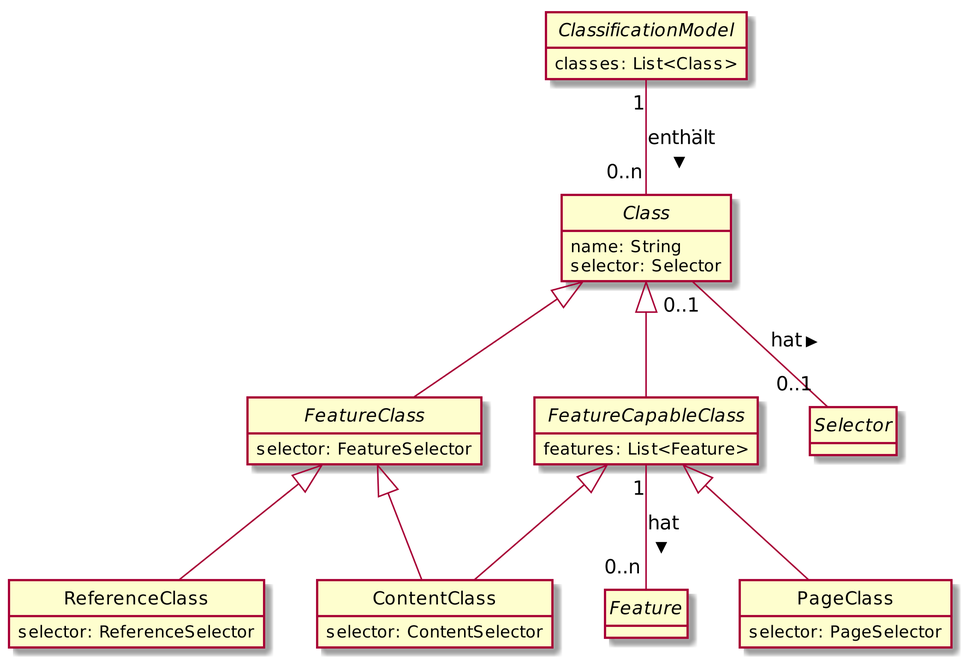
Earlier version of the PlantUML export src/main/resources/dsl/classes.png (TheGreyKoala/master-thesis).
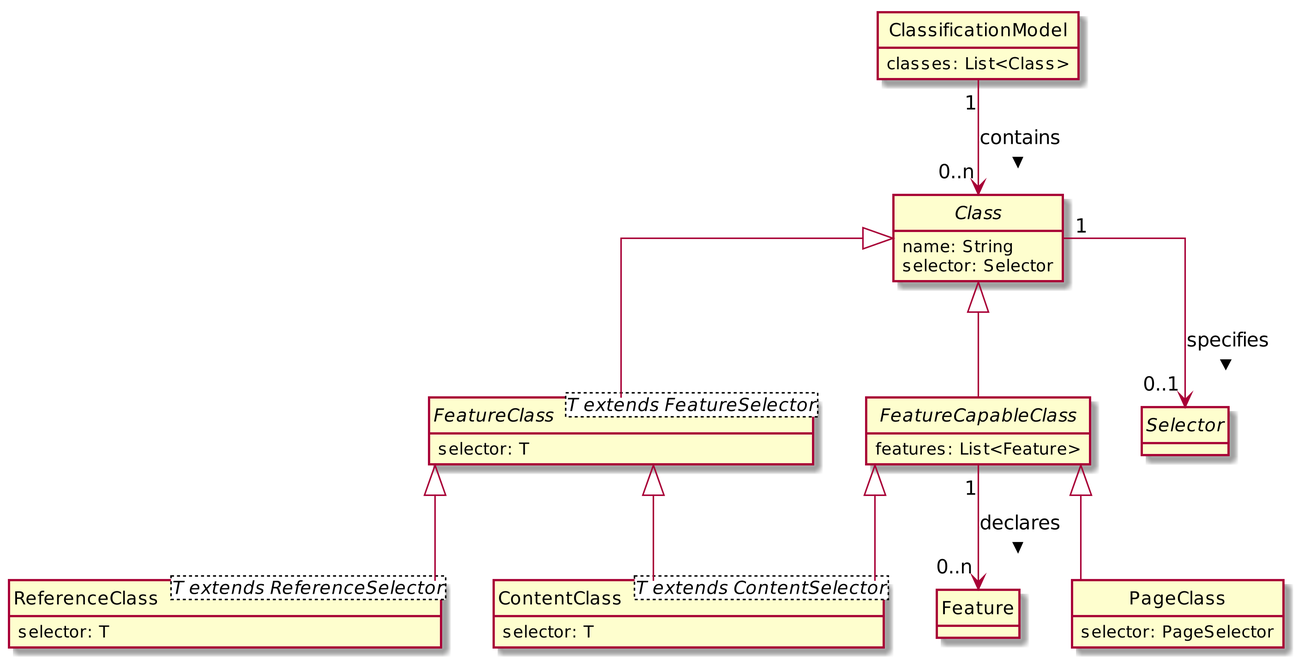
The same diagram one commit later.

The edit, as a diff of the source:
```diff
@@ -2,22 +2,23 @@
 hide circle
 hide empty methods
 scale 3.25
+skinparam linetype ortho
 
 abstract class Class {
     name: String
     selector: Selector
 }
 
-abstract class ClassificationModel {
+class ClassificationModel {
     classes: List<Class>
 }
 
-class ContentClass {
-    selector: ContentSelector
+class ContentClass<T extends ContentSelector> {
+    selector: T
 }
 
-abstract class FeatureClass {
-    selector: FeatureSelector
+abstract class FeatureClass<T extends FeatureSelector> {
+    selector: T
 }
 
 abstract class FeatureCapableClass {
@@ -28,19 +29,19 @@
     selector: PageSelector
 }
 
-class ReferenceClass {
-    selector: ReferenceSelector
+class ReferenceClass<T extends ReferenceSelector> {
+    selector: T
 }
 
 abstract class Selector
-abstract class Feature
+class Feature
 
 Class <|-- FeatureClass
 Class <|-- FeatureCapableClass
-Class "0..1" -- "0..1" Selector : > hat
-ClassificationModel "1" -- "0..n" Class : > enthält
+Class "1" --> "0..1" Selector : > specifies
+ClassificationModel "1" --> "0..n" Class : > contains
 FeatureCapableClass <|-- ContentClass
-FeatureCapableClass "1" -- "0..n" Feature : > hat
+FeatureCapableClass "1" --> "0..n" Feature : > declares
 FeatureCapableClass <|-- PageClass
 FeatureClass <|-- ContentClass
 FeatureClass <|-- ReferenceClass
```
